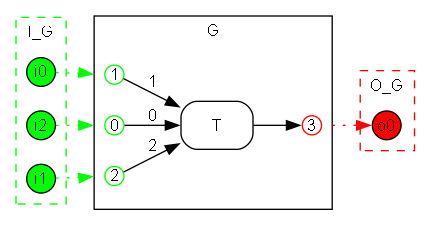
Before: crates/bhyp/images/test_copy_subst_commute/T_replacement_with_interface.png, a diagram exported from Graphviz (ammatsui/bhypvis). Its source is kept beside it as crates/bhyp/images/test_copy_subst_commute/T_replacement_with_interface.dot. Its diagram source:
```dot
digraph BHypWithInterface {
  fontname="Helvetica"
  fontsize=12
  compound=true;
  rankdir=LR;
  node [fontname="Helvetica", fontsize=12];
  edge [fontname="Helvetica", fontsize=12];

  subgraph cluster_input {
    label="I_G";
    style=dashed;
    color="green";
    i0 [label="i0", shape=circle, style=filled, fillcolor="green", width=0.3, height=0.3, fixedsize=true];
    i2 [label="i2", shape=circle, style=filled, fillcolor="green", width=0.3, height=0.3, fixedsize=true];
    i1 [label="i1", shape=circle, style=filled, fillcolor="green", width=0.3, height=0.3, fixedsize=true];
  }

  subgraph cluster_main {
    label="G";
    style=solid;
    n3 [label="3", shape=circle, style=filled, fillcolor=white, color="red", width=0.2, height=0.2, fixedsize=true];
    n1 [label="1", shape=circle, style=filled, fillcolor=white, color="green", width=0.2, height=0.2, fixedsize=true];
    n2 [label="2", shape=circle, style=filled, fillcolor=white, color="green", width=0.2, height=0.2, fixedsize=true];
    n0 [label="0", shape=circle, style=filled, fillcolor=white, color="green", width=0.2, height=0.2, fixedsize=true];
    e0 [label="T", shape=box, style=rounded, color="black"];
    n0 -> e0 [label="0"];
    n1 -> e0 [label="1"];
    n2 -> e0 [label="2"];
    e0 -> n3 [label=""];
  }

  subgraph cluster_output {
    label="O_G";
    style=dashed;
    color="red";
    o0 [label="o0", shape=circle, style=filled, fillcolor="red", width=0.3, height=0.3, fixedsize=true];
  }

  i2 -> n0 [style=dotted, color="green", label="", lhead=cluster_main];
  i0 -> n1 [style=dotted, color="green", label="", lhead=cluster_main];
  i1 -> n2 [style=dotted, color="green", label="", lhead=cluster_main];
  n3 -> o0 [style=dotted, color="red", label="", ltail=cluster_main];
}
```
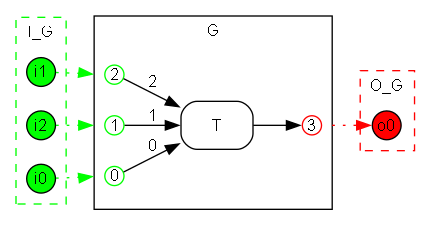
The same file after the commit.

What changed in the source:
```diff
@@ -10,18 +10,18 @@
     label="I_G";
     style=dashed;
     color="green";
+    i1 [label="i1", shape=circle, style=filled, fillcolor="green", width=0.3, height=0.3, fixedsize=true];
+    i2 [label="i2", shape=circle, style=filled, fillcolor="green", width=0.3, height=0.3, fixedsize=true];
     i0 [label="i0", shape=circle, style=filled, fillcolor="green", width=0.3, height=0.3, fixedsize=true];
-    i2 [label="i2", shape=circle, style=filled, fillcolor="green", width=0.3, height=0.3, fixedsize=true];
-    i1 [label="i1", shape=circle, style=filled, fillcolor="green", width=0.3, height=0.3, fixedsize=true];
   }
 
   subgraph cluster_main {
     label="G";
     style=solid;
+    n0 [label="0", shape=circle, style=filled, fillcolor=white, color="green", width=0.2, height=0.2, fixedsize=true];
+    n2 [label="2", shape=circle, style=filled, fillcolor=white, color="green", width=0.2, height=0.2, fixedsize=true];
     n3 [label="3", shape=circle, style=filled, fillcolor=white, color="red", width=0.2, height=0.2, fixedsize=true];
     n1 [label="1", shape=circle, style=filled, fillcolor=white, color="green", width=0.2, height=0.2, fixedsize=true];
-    n2 [label="2", shape=circle, style=filled, fillcolor=white, color="green", width=0.2, height=0.2, fixedsize=true];
-    n0 [label="0", shape=circle, style=filled, fillcolor=white, color="green", width=0.2, height=0.2, fixedsize=true];
     e0 [label="T", shape=box, style=rounded, color="black"];
     n0 -> e0 [label="0"];
     n1 -> e0 [label="1"];
@@ -36,8 +36,8 @@
     o0 [label="o0", shape=circle, style=filled, fillcolor="red", width=0.3, height=0.3, fixedsize=true];
   }
 
-  i2 -> n0 [style=dotted, color="green", label="", lhead=cluster_main];
-  i0 -> n1 [style=dotted, color="green", label="", lhead=cluster_main];
+  i0 -> n0 [style=dotted, color="green", label="", lhead=cluster_main];
+  i2 -> n1 [style=dotted, color="green", label="", lhead=cluster_main];
   i1 -> n2 [style=dotted, color="green", label="", lhead=cluster_main];
   n3 -> o0 [style=dotted, color="red", label="", ltail=cluster_main];
 }
```
